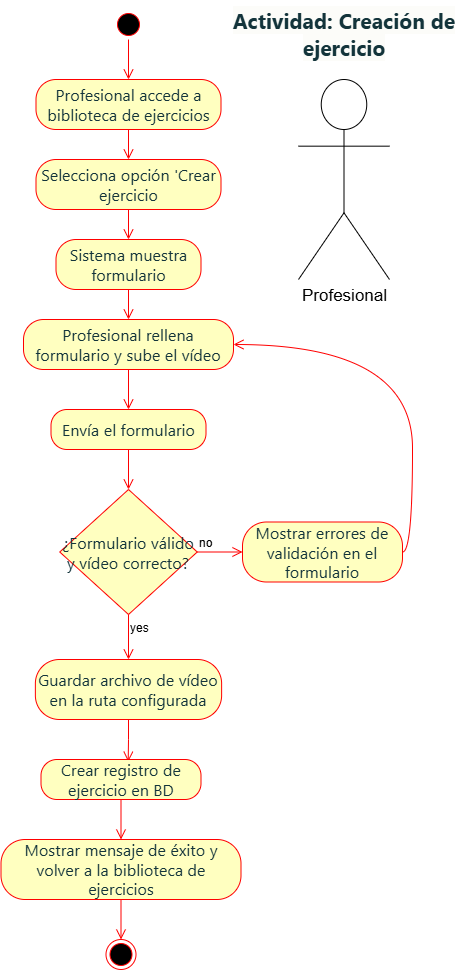
lanchares/TerapiTrack keeps this draw.io diagram as doc/TerapiTrack_Documentación_Técnica/img/actividad_vincular.png. Above is the earlier version. Source tidied: cells renumbered, new cells last; positions are measured from the earlier drawing's top-left corner, leaving out a move shared by most shapes.
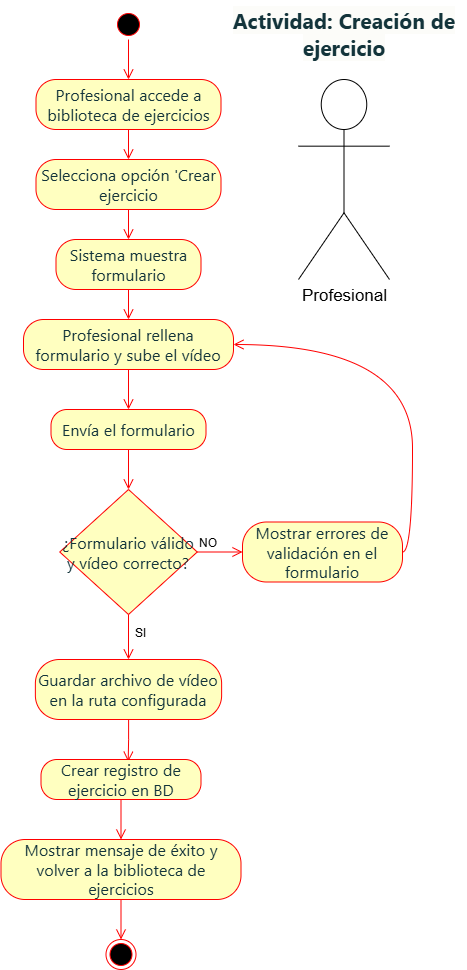
After the change.

Diff of the diagram source:
```diff
@@ -47,11 +47,11 @@
     <mxCell id="16" value="&lt;span style=&quot;color: oklch(0.3039 0.04 213.68); font-family: fkGroteskNeue, ui-sans-serif, system-ui, -apple-system, BlinkMacSystemFont, &amp;quot;Segoe UI&amp;quot;, Roboto, &amp;quot;Helvetica Neue&amp;quot;, Arial, &amp;quot;Noto Sans&amp;quot;, sans-serif, &amp;quot;Apple Color Emoji&amp;quot;, &amp;quot;Segoe UI Emoji&amp;quot;, &amp;quot;Segoe UI Symbol&amp;quot;, &amp;quot;Noto Color Emoji&amp;quot;, &amp;quot;Hiragino Sans&amp;quot;, &amp;quot;PingFang SC&amp;quot;, &amp;quot;Apple SD Gothic Neo&amp;quot;, &amp;quot;Yu Gothic&amp;quot;, &amp;quot;Microsoft YaHei&amp;quot;, &amp;quot;Microsoft JhengHei&amp;quot;, Meiryo; font-size: 16px; letter-spacing: 0.08px; text-align: start;&quot;&gt;¿Formulario válido y vídeo correcto?&lt;/span&gt;" style="rhombus;whiteSpace=wrap;html=1;fontColor=#000000;fillColor=#ffffc0;strokeColor=#ff0000;" parent="1" vertex="1">
       <mxGeometry x="58.2" y="480" width="137.5" height="125" as="geometry" />
     </mxCell>
-    <mxCell id="17" value="no" style="edgeStyle=orthogonalEdgeStyle;html=1;align=left;verticalAlign=bottom;endArrow=open;endSize=8;strokeColor=#ff0000;rounded=0;fontSize=12;curved=1;entryX=0;entryY=0.5;entryDx=0;entryDy=0;" parent="1" edge="1" source="16" target="19">
+    <mxCell id="17" value="NO" style="edgeStyle=orthogonalEdgeStyle;html=1;align=left;verticalAlign=bottom;endArrow=open;endSize=8;strokeColor=#ff0000;rounded=0;fontSize=12;curved=1;entryX=0;entryY=0.5;entryDx=0;entryDy=0;" parent="1" edge="1" source="16" target="19">
       <mxGeometry x="-1" relative="1" as="geometry" />
     </mxCell>
-    <mxCell id="18" value="yes" style="edgeStyle=orthogonalEdgeStyle;html=1;align=left;verticalAlign=top;endArrow=open;endSize=8;strokeColor=#ff0000;rounded=0;fontSize=12;curved=1;" parent="1" edge="1" source="16" target="21">
-      <mxGeometry x="-1" relative="1" as="geometry" />
+    <mxCell id="18" value="SI" style="edgeStyle=orthogonalEdgeStyle;html=1;align=left;verticalAlign=top;endArrow=open;endSize=8;strokeColor=#ff0000;rounded=0;fontSize=12;curved=1;" parent="1" edge="1" source="16" target="21">
+      <mxGeometry x="-0.78" y="5" relative="1" as="geometry" />
     </mxCell>
     <mxCell id="19" value="&lt;span style=&quot;color: oklch(0.3039 0.04 213.68); font-family: fkGroteskNeue, ui-sans-serif, system-ui, -apple-system, BlinkMacSystemFont, &amp;quot;Segoe UI&amp;quot;, Roboto, &amp;quot;Helvetica Neue&amp;quot;, Arial, &amp;quot;Noto Sans&amp;quot;, sans-serif, &amp;quot;Apple Color Emoji&amp;quot;, &amp;quot;Segoe UI Emoji&amp;quot;, &amp;quot;Segoe UI Symbol&amp;quot;, &amp;quot;Noto Color Emoji&amp;quot;, &amp;quot;Hiragino Sans&amp;quot;, &amp;quot;PingFang SC&amp;quot;, &amp;quot;Apple SD Gothic Neo&amp;quot;, &amp;quot;Yu Gothic&amp;quot;, &amp;quot;Microsoft YaHei&amp;quot;, &amp;quot;Microsoft JhengHei&amp;quot;, Meiryo; font-size: 16px; letter-spacing: 0.08px; text-align: start;&quot;&gt;Mostrar errores de validación en el formulario&lt;/span&gt;" style="rounded=1;whiteSpace=wrap;html=1;arcSize=40;fontColor=#000000;fillColor=#ffffc0;strokeColor=#ff0000;" parent="1" vertex="1">
       <mxGeometry x="241" y="512.5" width="160" height="60" as="geometry" />
```
